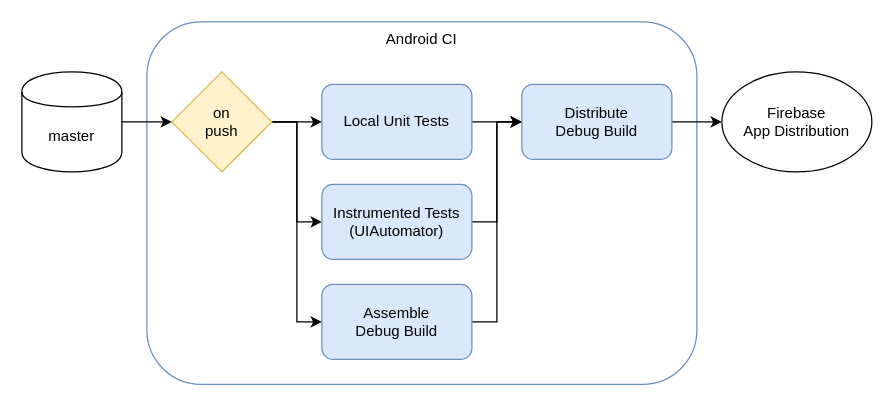
Before: docs/pipeline.drawio in umatoma/multiwebmediaviewer, a draw.io diagram. Source tidied: cells renumbered, new cells numbered last; positions are measured from the earlier drawing's top-left corner, leaving out a move shared by most shapes. Both pictures are drawn from the tidied source at 125%, with x=0, y=0 at pixel (21, 21).
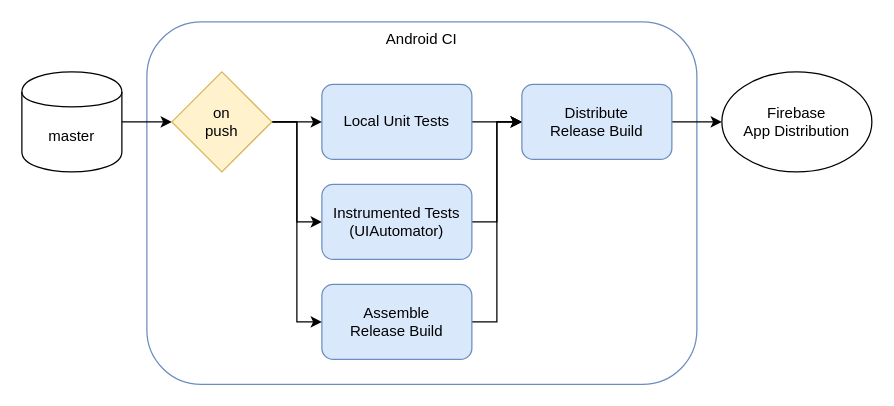
The same diagram, later.

Diff of the diagram source:
```diff
@@
 <mxGraphModel>
   <root>
     <mxCell id="0" />
     <mxCell id="1" parent="0" />
     <mxCell id="2" value="Android CI" style="rounded=1;whiteSpace=wrap;html=1;strokeWidth=1;verticalAlign=top;align=center;fillColor=none;strokeColor=#6c8ebf;" parent="1" vertex="1">
       <mxGeometry x="100" width="440" height="290" as="geometry" />
     </mxCell>
     <mxCell id="3" style="edgeStyle=orthogonalEdgeStyle;rounded=0;jettySize=auto;html=1;entryX=0;entryY=0.5;entryDx=0;entryDy=0;" parent="1" edge="1" source="4" target="10">
       <mxGeometry relative="1" as="geometry" />
     </mxCell>
     <mxCell id="4" value="Local Unit Tests" style="rounded=1;whiteSpace=wrap;html=1;strokeWidth=1;fillColor=#dae8fc;strokeColor=#6c8ebf;" parent="1" vertex="1">
       <mxGeometry x="240" y="50" width="120" height="60" as="geometry" />
     </mxCell>
     <mxCell id="5" style="edgeStyle=orthogonalEdgeStyle;rounded=0;jettySize=auto;html=1;entryX=0;entryY=0.5;entryDx=0;entryDy=0;strokeWidth=1;" parent="1" edge="1" source="6" target="14">
       <mxGeometry relative="1" as="geometry" />
     </mxCell>
     <mxCell id="6" value="master" style="shape=cylinder;whiteSpace=wrap;html=1;boundedLbl=1;backgroundOutline=1;strokeWidth=1;" parent="1" vertex="1">
       <mxGeometry y="40" width="80" height="80" as="geometry" />
     </mxCell>
     <mxCell id="7" style="edgeStyle=orthogonalEdgeStyle;rounded=0;jettySize=auto;html=1;entryX=0;entryY=0.5;entryDx=0;entryDy=0;" parent="1" edge="1" source="8" target="10">
       <mxGeometry relative="1" as="geometry" />
     </mxCell>
-    <mxCell id="8" value="Assemble&lt;br&gt;Debug Build" style="rounded=1;whiteSpace=wrap;html=1;strokeWidth=1;fillColor=#dae8fc;strokeColor=#6c8ebf;" parent="1" vertex="1">
+    <mxCell id="8" value="Assemble&lt;br&gt;Release Build" style="rounded=1;whiteSpace=wrap;html=1;strokeWidth=1;fillColor=#dae8fc;strokeColor=#6c8ebf;" parent="1" vertex="1">
       <mxGeometry x="240" y="210" width="120" height="60" as="geometry" />
     </mxCell>
     <mxCell id="9" style="edgeStyle=orthogonalEdgeStyle;rounded=0;jettySize=auto;html=1;entryX=0;entryY=0.5;entryDx=0;entryDy=0;strokeWidth=1;" parent="1" edge="1" source="10" target="15">
       <mxGeometry relative="1" as="geometry" />
     </mxCell>
-    <mxCell id="10" value="Distribute&lt;br&gt;Debug Build" style="rounded=1;whiteSpace=wrap;html=1;strokeWidth=1;fillColor=#dae8fc;strokeColor=#6c8ebf;" parent="1" vertex="1">
+    <mxCell id="10" value="Distribute&lt;br&gt;Release Build" style="rounded=1;whiteSpace=wrap;html=1;strokeWidth=1;fillColor=#dae8fc;strokeColor=#6c8ebf;" parent="1" vertex="1">
       <mxGeometry x="400" y="50" width="120" height="60" as="geometry" />
     </mxCell>
     <mxCell id="11" style="edgeStyle=orthogonalEdgeStyle;rounded=0;jettySize=auto;html=1;entryX=0;entryY=0.5;entryDx=0;entryDy=0;strokeWidth=1;" parent="1" edge="1" source="14" target="4">
       <mxGeometry relative="1" as="geometry" />
     </mxCell>
     <mxCell id="12" style="edgeStyle=orthogonalEdgeStyle;rounded=0;jettySize=auto;html=1;entryX=0;entryY=0.5;entryDx=0;entryDy=0;" parent="1" edge="1" source="14" target="8">
       <mxGeometry relative="1" as="geometry" />
     </mxCell>
     <mxCell id="13" style="edgeStyle=orthogonalEdgeStyle;rounded=0;jettySize=auto;html=1;entryX=0;entryY=0.5;entryDx=0;entryDy=0;" parent="1" edge="1" source="14" target="17">
       <mxGeometry relative="1" as="geometry" />
     </mxCell>
     <mxCell id="14" value="on&lt;br&gt;push" style="rhombus;whiteSpace=wrap;html=1;strokeWidth=1;fillColor=#fff2cc;strokeColor=#d6b656;" parent="1" vertex="1">
       <mxGeometry x="120" y="40" width="80" height="80" as="geometry" />
     </mxCell>
     <mxCell id="15" value="Firebase&lt;br&gt;App Distribution" style="ellipse;whiteSpace=wrap;html=1;strokeWidth=1;" parent="1" vertex="1">
       <mxGeometry x="560" y="40" width="120" height="80" as="geometry" />
     </mxCell>
     <mxCell id="16" style="edgeStyle=orthogonalEdgeStyle;rounded=0;jettySize=auto;html=1;entryX=0;entryY=0.5;entryDx=0;entryDy=0;" parent="1" edge="1" source="17" target="10">
       <mxGeometry relative="1" as="geometry" />
     </mxCell>
     <mxCell id="17" value="Instrumented Tests&lt;br&gt;(UIAutomator)" style="rounded=1;whiteSpace=wrap;html=1;strokeWidth=1;fillColor=#dae8fc;strokeColor=#6c8ebf;" parent="1" vertex="1">
       <mxGeometry x="240" y="130" width="120" height="60" as="geometry" />
     </mxCell>
   </root>
 </mxGraphModel>
```
